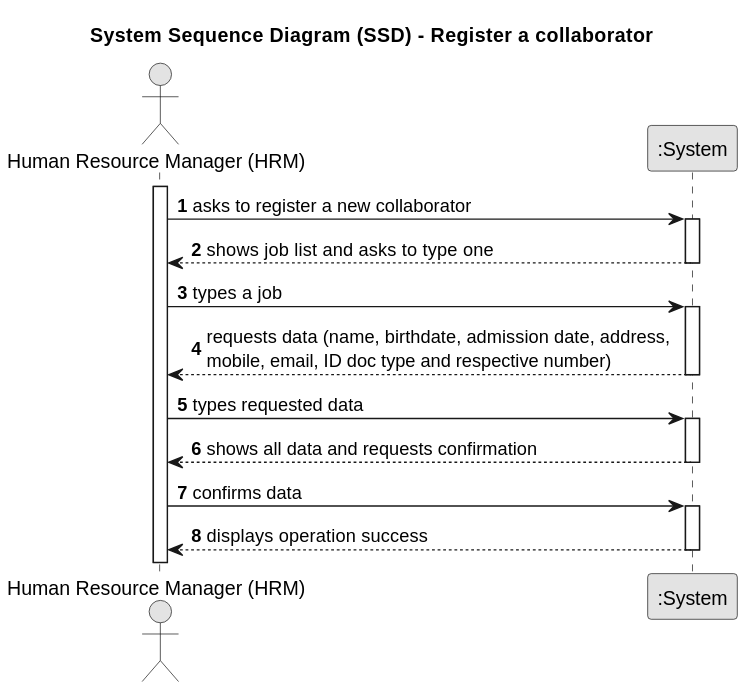
Before: docs/sprint2/us03/01.requirements-engineering/svg/us03-system-sequence-diagram-us03.svg, a diagram exported from PlantUML (Departamento-de-Engenharia-Informatica/lei-24-s2-1db-g022).
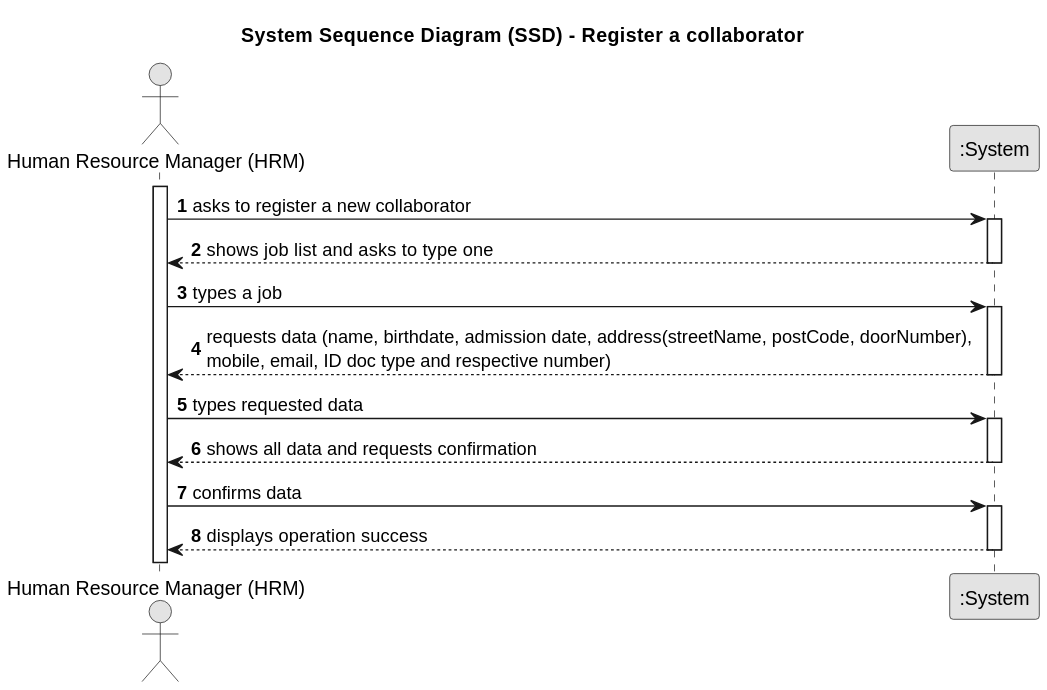
Later version of the same file.

The edit, as a diff of the source:
```diff
@@ -21,7 +21,7 @@
     HRM -> System :  types a job
     activate System
 
-    System --> HRM : requests data (name, birthdate, admission date, address, \nmobile, email, ID doc type and respective number)
+    System --> HRM : requests data (name, birthdate, admission date, address(streetName, postCode, doorNumber), \nmobile, email, ID doc type and respective number)
     deactivate System
 
     HRM -> System : types requested data
```
